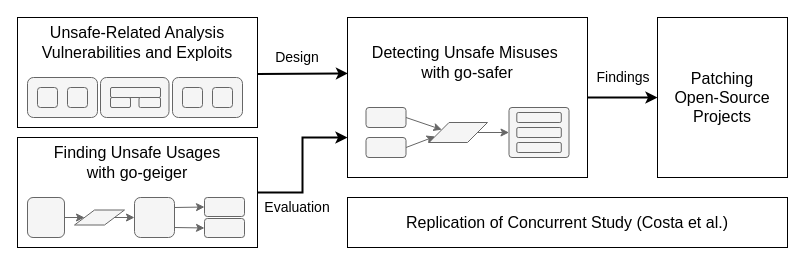
Earlier version of the draw.io diagram thesis/assets/figures/chapter1/outline1.drawio (jlauinger/master-of-science). Source tidied: cells renumbered, new cells numbered last; positions are measured from the earlier drawing's top-left corner, leaving out a move shared by most shapes. Both pictures are drawn from the tidied source at 100%, with x=0, y=0 at pixel (17, 17).
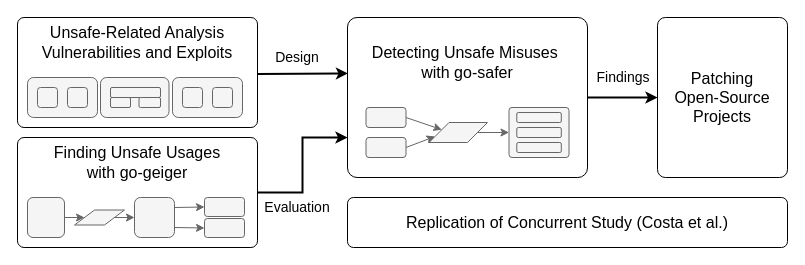
Above is the later version.

What changed in the source:
```diff
@@
-    <mxCell id="2" style="rounded=0;whiteSpace=wrap;html=1;" parent="1" vertex="1">
+    <mxCell id="2" style="rounded=1;whiteSpace=wrap;html=1;arcSize=6;" parent="1" vertex="1">
       <mxGeometry width="240" height="110" as="geometry" />
     </mxCell>
@@
-    <mxCell id="4" style="rounded=0;whiteSpace=wrap;html=1;" parent="1" vertex="1">
+    <mxCell id="4" style="rounded=1;whiteSpace=wrap;html=1;arcSize=6;" parent="1" vertex="1">
       <mxGeometry y="120" width="240" height="110" as="geometry" />
     </mxCell>
@@
-    <mxCell id="6" style="rounded=0;whiteSpace=wrap;html=1;" parent="1" vertex="1">
+    <mxCell id="6" style="rounded=1;whiteSpace=wrap;html=1;arcSize=6;" parent="1" vertex="1">
       <mxGeometry x="330" width="240" height="160" as="geometry" />
     </mxCell>
-    <mxCell id="7" value="&lt;font style=&quot;font-size: 16px&quot;&gt;Patching &lt;br&gt;Open-Source &lt;br&gt;Projects&lt;/font&gt;" style="rounded=0;whiteSpace=wrap;html=1;" parent="1" vertex="1">
+    <mxCell id="7" value="&lt;font style=&quot;font-size: 16px&quot;&gt;Patching &lt;br&gt;Open-Source &lt;br&gt;Projects&lt;/font&gt;" style="rounded=1;whiteSpace=wrap;html=1;arcSize=6;" parent="1" vertex="1">
       <mxGeometry x="640" width="130" height="160" as="geometry" />
     </mxCell>
-    <mxCell id="8" value="&lt;font style=&quot;font-size: 16px&quot;&gt;Replication of Concurrent Study (Costa et al.)&lt;/font&gt;" style="rounded=0;whiteSpace=wrap;html=1;" parent="1" vertex="1">
+    <mxCell id="8" value="&lt;font style=&quot;font-size: 16px&quot;&gt;Replication of Concurrent Study (Costa et al.)&lt;/font&gt;" style="rounded=1;whiteSpace=wrap;html=1;arcSize=12;absoluteArcSize=0;" parent="1" vertex="1">
       <mxGeometry x="330" y="180" width="440" height="50" as="geometry" />
     </mxCell>
```
